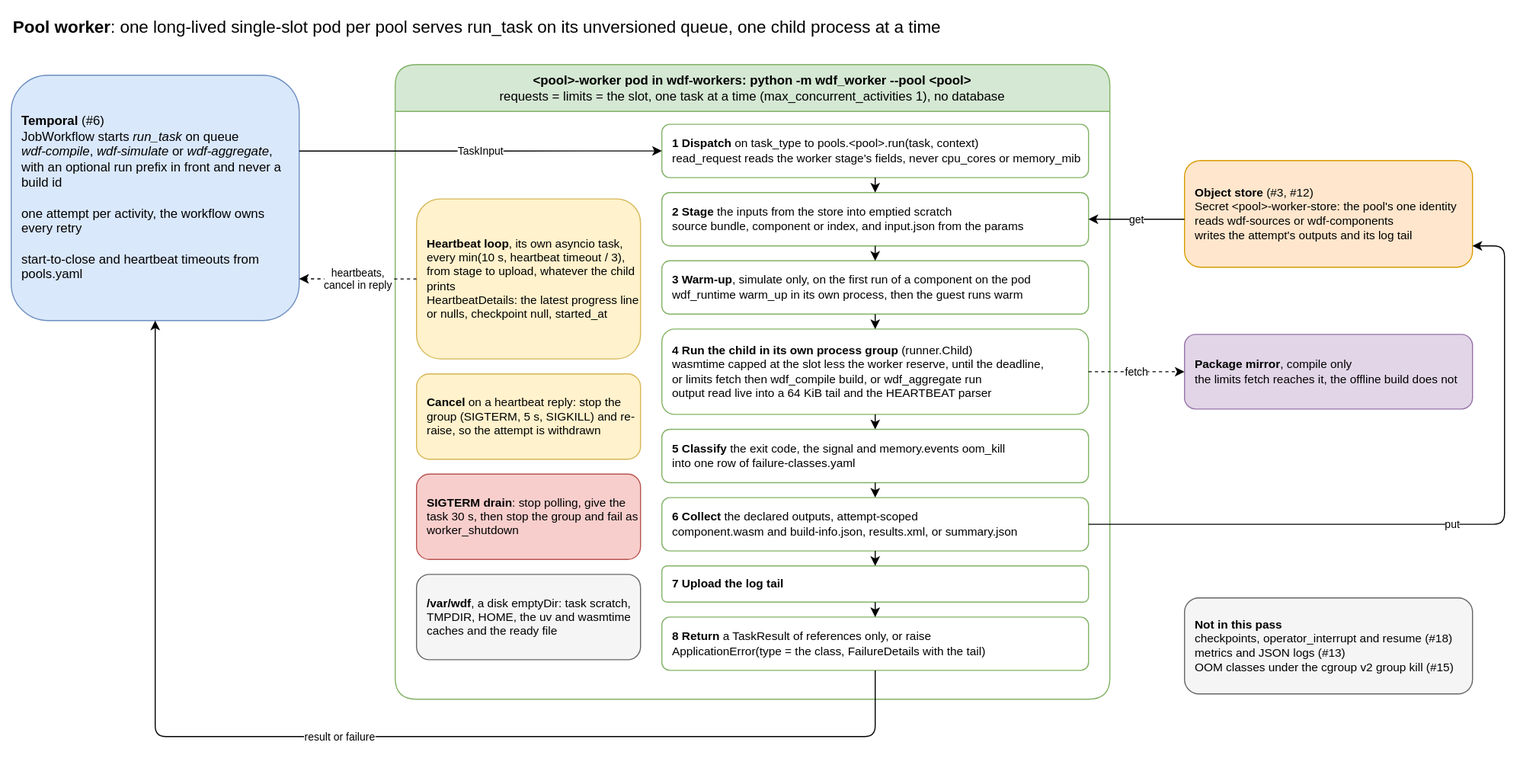
Before: docs/architecture/18-pool-worker.drawio.svg, a diagram exported from draw.io (AndoNorth/disyard). Source tidied: cells renumbered, new cells last; positions are measured from the earlier drawing's top-left corner, leaving out a move shared by most shapes.
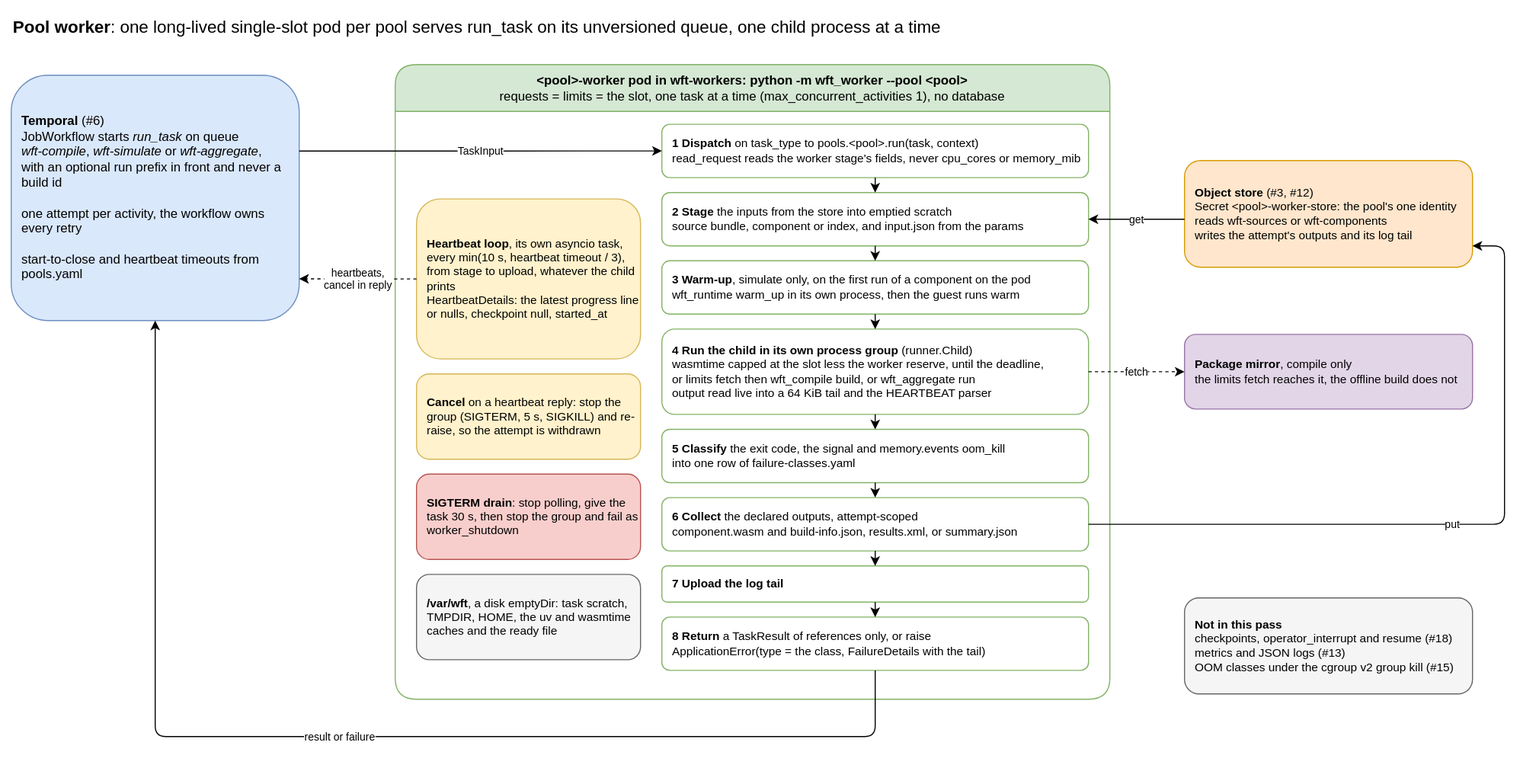
After the change.

Change to the diagram source:
```diff
@@ -5,10 +5,10 @@
     <mxCell id="2" value="&lt;b&gt;Pool worker&lt;/b&gt;: one long-lived single-slot pod per pool serves run_task on its unversioned queue, one child process at a time" style="text;html=1;align=left;verticalAlign=middle;fontSize=16;" parent="1" vertex="1">
       <mxGeometry width="1200" height="30" as="geometry" />
     </mxCell>
-    <mxCell id="3" value="&lt;b&gt;Temporal&lt;/b&gt; (#6)&lt;br&gt;JobWorkflow starts &lt;i&gt;run_task&lt;/i&gt; on queue&lt;br&gt;&lt;i&gt;wdf-compile&lt;/i&gt;, &lt;i&gt;wdf-simulate&lt;/i&gt; or &lt;i&gt;wdf-aggregate&lt;/i&gt;,&lt;br&gt;with an optional run prefix in front and never a build id&lt;br&gt;&lt;br&gt;one attempt per activity, the workflow owns every retry&lt;br&gt;&lt;br&gt;start-to-close and heartbeat timeouts from pools.yaml" style="rounded=1;whiteSpace=wrap;html=1;fillColor=#dae8fc;strokeColor=#6c8ebf;align=left;spacingLeft=8;fontSize=12;" parent="1" vertex="1">
+    <mxCell id="3" value="&lt;b&gt;Temporal&lt;/b&gt; (#6)&lt;br&gt;JobWorkflow starts &lt;i&gt;run_task&lt;/i&gt; on queue&lt;br&gt;&lt;i&gt;wft-compile&lt;/i&gt;, &lt;i&gt;wft-simulate&lt;/i&gt; or &lt;i&gt;wft-aggregate&lt;/i&gt;,&lt;br&gt;with an optional run prefix in front and never a build id&lt;br&gt;&lt;br&gt;one attempt per activity, the workflow owns every retry&lt;br&gt;&lt;br&gt;start-to-close and heartbeat timeouts from pools.yaml" style="rounded=1;whiteSpace=wrap;html=1;fillColor=#dae8fc;strokeColor=#6c8ebf;align=left;spacingLeft=8;fontSize=12;" parent="1" vertex="1">
       <mxGeometry y="60" width="270" height="230" as="geometry" />
     </mxCell>
-    <mxCell id="4" value="&amp;lt;pool&amp;gt;-worker pod in wdf-workers: python -m wdf_worker --pool &amp;lt;pool&amp;gt;&lt;br&gt;&lt;span style=&quot;font-weight: normal&quot;&gt;requests = limits = the slot, one task at a time (max_concurrent_activities 1), no database&lt;/span&gt;" style="swimlane;startSize=44;rounded=1;fillColor=#d5e8d4;strokeColor=#82b366;fontStyle=1;whiteSpace=wrap;html=1;" parent="1" vertex="1">
+    <mxCell id="4" value="&amp;lt;pool&amp;gt;-worker pod in wft-workers: python -m wft_worker --pool &amp;lt;pool&amp;gt;&lt;br&gt;&lt;span style=&quot;font-weight: normal&quot;&gt;requests = limits = the slot, one task at a time (max_concurrent_activities 1), no database&lt;/span&gt;" style="swimlane;startSize=44;rounded=1;fillColor=#d5e8d4;strokeColor=#82b366;fontStyle=1;whiteSpace=wrap;html=1;" parent="1" vertex="1">
       <mxGeometry x="360" y="50" width="670" height="595" as="geometry" />
     </mxCell>
     <mxCell id="5" value="&lt;b&gt;1 Dispatch&lt;/b&gt; on task_type to pools.&amp;lt;pool&amp;gt;.run(task, context)&lt;br&gt;read_request reads the worker stage's fields, never cpu_cores or memory_mib" style="rounded=1;whiteSpace=wrap;html=1;fillColor=#ffffff;strokeColor=#82b366;align=left;spacingLeft=8;fontSize=11;" parent="4" vertex="1">
@@ -17,10 +17,10 @@
     <mxCell id="6" value="&lt;b&gt;2 Stage&lt;/b&gt; the inputs from the store into emptied scratch&lt;br&gt;source bundle, component or index, and input.json from the params" style="rounded=1;whiteSpace=wrap;html=1;fillColor=#ffffff;strokeColor=#82b366;align=left;spacingLeft=8;fontSize=11;" parent="4" vertex="1">
       <mxGeometry x="250" y="120" width="400" height="50" as="geometry" />
     </mxCell>
-    <mxCell id="7" value="&lt;b&gt;3 Warm-up&lt;/b&gt;, simulate only, on the first run of a component on the pod&lt;br&gt;wdf_runtime warm_up in its own process, then the guest runs warm" style="rounded=1;whiteSpace=wrap;html=1;fillColor=#ffffff;strokeColor=#82b366;align=left;spacingLeft=8;fontSize=11;" parent="4" vertex="1">
+    <mxCell id="7" value="&lt;b&gt;3 Warm-up&lt;/b&gt;, simulate only, on the first run of a component on the pod&lt;br&gt;wft_runtime warm_up in its own process, then the guest runs warm" style="rounded=1;whiteSpace=wrap;html=1;fillColor=#ffffff;strokeColor=#82b366;align=left;spacingLeft=8;fontSize=11;" parent="4" vertex="1">
       <mxGeometry x="250" y="184" width="400" height="50" as="geometry" />
     </mxCell>
-    <mxCell id="8" value="&lt;b&gt;4 Run the child in its own process group&lt;/b&gt; (runner.Child)&lt;br&gt;wasmtime capped at the slot less the worker reserve, until the deadline,&lt;br&gt;or limits fetch then wdf_compile build, or wdf_aggregate run&lt;br&gt;output read live into a 64 KiB tail and the HEARTBEAT parser" style="rounded=1;whiteSpace=wrap;html=1;fillColor=#ffffff;strokeColor=#82b366;align=left;spacingLeft=8;fontSize=11;" parent="4" vertex="1">
+    <mxCell id="8" value="&lt;b&gt;4 Run the child in its own process group&lt;/b&gt; (runner.Child)&lt;br&gt;wasmtime capped at the slot less the worker reserve, until the deadline,&lt;br&gt;or limits fetch then wft_compile build, or wft_aggregate run&lt;br&gt;output read live into a 64 KiB tail and the HEARTBEAT parser" style="rounded=1;whiteSpace=wrap;html=1;fillColor=#ffffff;strokeColor=#82b366;align=left;spacingLeft=8;fontSize=11;" parent="4" vertex="1">
       <mxGeometry x="250" y="248" width="400" height="80" as="geometry" />
     </mxCell>
     <mxCell id="9" value="&lt;b&gt;5 Classify&lt;/b&gt; the exit code, the signal and memory.events oom_kill&lt;br&gt;into one row of failure-classes.yaml" style="rounded=1;whiteSpace=wrap;html=1;fillColor=#ffffff;strokeColor=#82b366;align=left;spacingLeft=8;fontSize=11;" parent="4" vertex="1">
@@ -44,7 +44,7 @@
     <mxCell id="15" value="&lt;b&gt;SIGTERM drain&lt;/b&gt;: stop polling, give the task 30 s, then stop the group and fail as worker_shutdown" style="rounded=1;whiteSpace=wrap;html=1;fillColor=#f8cecc;strokeColor=#b85450;align=left;spacingLeft=8;fontSize=11;" parent="4" vertex="1">
       <mxGeometry x="20" y="384" width="210" height="80" as="geometry" />
     </mxCell>
-    <mxCell id="16" value="&lt;b&gt;/var/wdf&lt;/b&gt;, a disk emptyDir: task scratch, TMPDIR, HOME, the uv and wasmtime caches and the ready file" style="rounded=1;whiteSpace=wrap;html=1;fillColor=#f5f5f5;strokeColor=#666666;align=left;spacingLeft=8;fontSize=11;" parent="4" vertex="1">
+    <mxCell id="16" value="&lt;b&gt;/var/wft&lt;/b&gt;, a disk emptyDir: task scratch, TMPDIR, HOME, the uv and wasmtime caches and the ready file" style="rounded=1;whiteSpace=wrap;html=1;fillColor=#f5f5f5;strokeColor=#666666;align=left;spacingLeft=8;fontSize=11;" parent="4" vertex="1">
       <mxGeometry x="20" y="478" width="210" height="80" as="geometry" />
     </mxCell>
     <mxCell id="17" style="endArrow=classic;html=1;" parent="4" edge="1" source="5" target="6">
@@ -68,7 +68,7 @@
     <mxCell id="23" style="endArrow=classic;html=1;" parent="4" edge="1" source="11" target="12">
       <mxGeometry relative="1" as="geometry" />
     </mxCell>
-    <mxCell id="24" value="&lt;b&gt;Object store&lt;/b&gt; (#3, #12)&lt;br&gt;Secret &amp;lt;pool&amp;gt;-worker-store: the pool's one identity&lt;br&gt;reads wdf-sources or wdf-components&lt;br&gt;writes the attempt's outputs and its log tail" style="rounded=1;whiteSpace=wrap;html=1;fillColor=#ffe6cc;strokeColor=#d79b00;align=left;spacingLeft=8;fontSize=11;" parent="1" vertex="1">
+    <mxCell id="24" value="&lt;b&gt;Object store&lt;/b&gt; (#3, #12)&lt;br&gt;Secret &amp;lt;pool&amp;gt;-worker-store: the pool's one identity&lt;br&gt;reads wft-sources or wft-components&lt;br&gt;writes the attempt's outputs and its log tail" style="rounded=1;whiteSpace=wrap;html=1;fillColor=#ffe6cc;strokeColor=#d79b00;align=left;spacingLeft=8;fontSize=11;" parent="1" vertex="1">
       <mxGeometry x="1100" y="140" width="270" height="100" as="geometry" />
     </mxCell>
     <mxCell id="25" value="&lt;b&gt;Package mirror&lt;/b&gt;, compile only&lt;br&gt;the limits fetch reaches it, the offline build does not" style="rounded=1;whiteSpace=wrap;html=1;fillColor=#e1d5e7;strokeColor=#9673a6;align=left;spacingLeft=8;fontSize=11;" parent="1" vertex="1">
```
